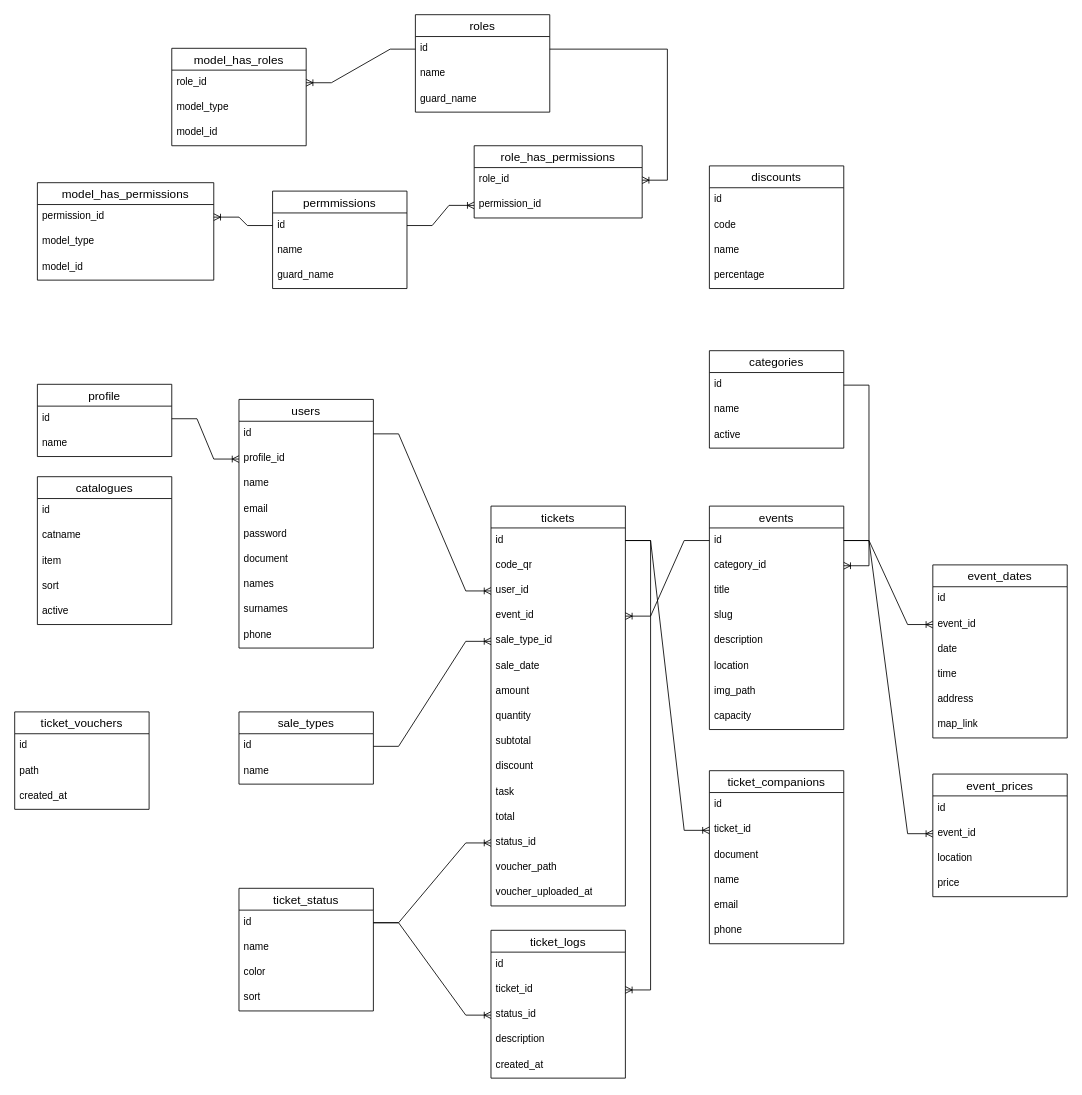
The draw.io diagram tickets.drawio in programwoft/test-repo, before the edit. Source tidied: cells renumbered, new cells numbered last; positions are measured from the earlier drawing's top-left corner, leaving out a move shared by most shapes. Both pictures are drawn from the tidied source at 84%, with x=0, y=0 at pixel (14, 14).
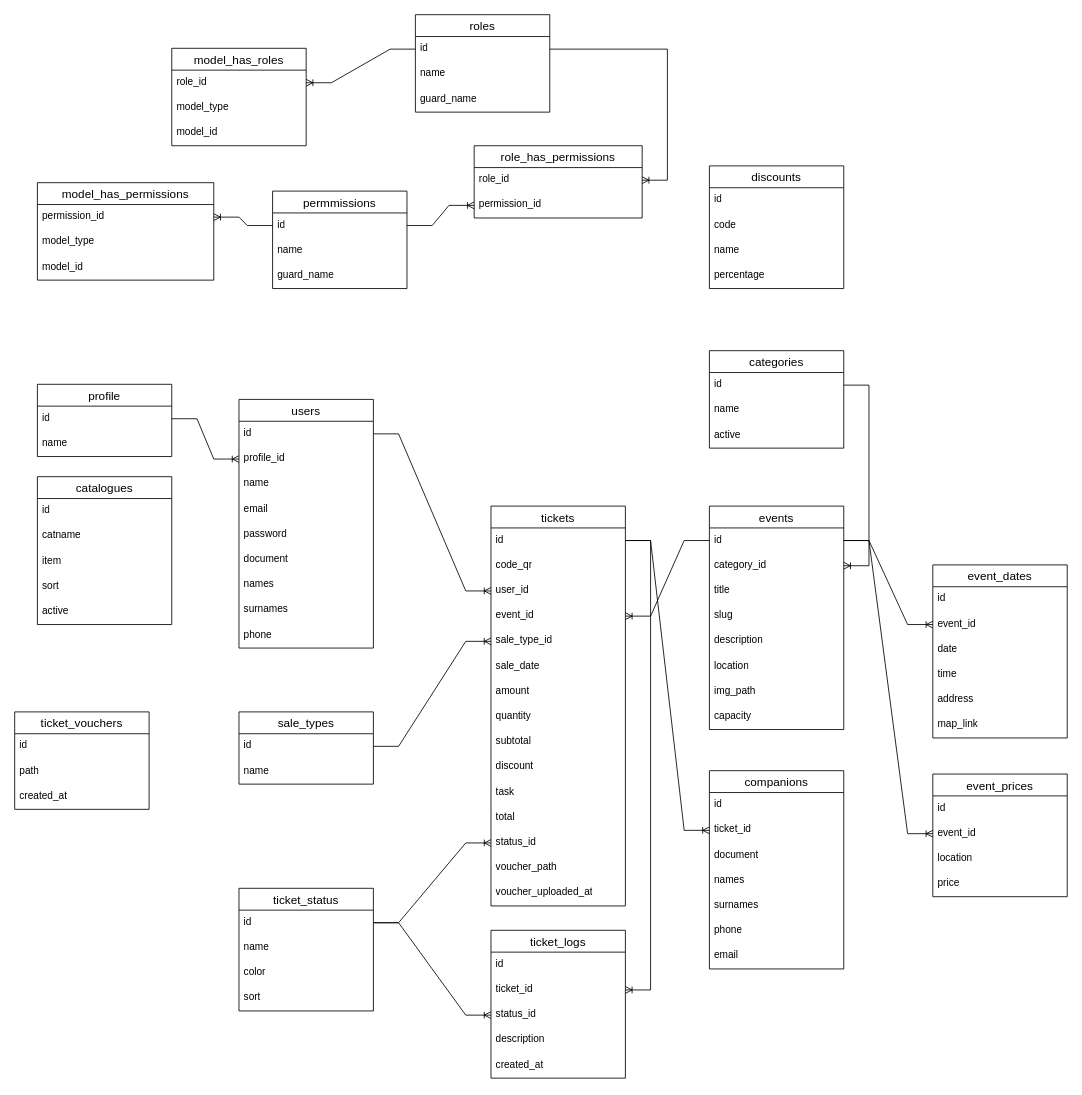
The same diagram, later.

Diff of the diagram source:
```diff
@@
-    <mxCell id="113" value="ticket_companions" style="swimlane;fontStyle=0;horizontal=1;startSize=26;align=center;fontSize=14;" parent="1" vertex="1">
-      <mxGeometry x="827" y="900" width="160" height="206" as="geometry" />
+    <mxCell id="113" value="companions" style="swimlane;fontStyle=0;horizontal=1;startSize=26;align=center;fontSize=14;" parent="1" vertex="1">
+      <mxGeometry x="827" y="900" width="160" height="236" as="geometry" />
     </mxCell>
@@
-    <mxCell id="117" value="name" style="text;strokeColor=none;fillColor=none;spacingLeft=4;spacingRight=4;overflow=hidden;fontSize=12;whiteSpace=wrap;html=1;" parent="113" vertex="1">
+    <mxCell id="117" value="names" style="text;strokeColor=none;fillColor=none;spacingLeft=4;spacingRight=4;overflow=hidden;fontSize=12;whiteSpace=wrap;html=1;" parent="113" vertex="1">
       <mxGeometry y="116" width="160" height="30" as="geometry" />
     </mxCell>
+    <mxCell id="126" value="surnames" style="text;strokeColor=none;fillColor=none;spacingLeft=4;spacingRight=4;overflow=hidden;fontSize=12;whiteSpace=wrap;html=1;" parent="113" vertex="1">
+      <mxGeometry y="146" width="160" height="30" as="geometry" />
+    </mxCell>
+    <mxCell id="119" value="phone" style="text;strokeColor=none;fillColor=none;spacingLeft=4;spacingRight=4;overflow=hidden;fontSize=12;whiteSpace=wrap;html=1;" parent="113" vertex="1">
+      <mxGeometry y="176" width="160" height="30" as="geometry" />
+    </mxCell>
     <mxCell id="118" value="email" style="text;strokeColor=none;fillColor=none;spacingLeft=4;spacingRight=4;overflow=hidden;fontSize=12;whiteSpace=wrap;html=1;" parent="113" vertex="1">
-      <mxGeometry y="146" width="160" height="30" as="geometry" />
+      <mxGeometry y="206" width="160" height="30" as="geometry" />
     </mxCell>
-    <mxCell id="119" value="phone" style="text;strokeColor=none;fillColor=none;spacingLeft=4;spacingRight=4;overflow=hidden;fontSize=12;whiteSpace=wrap;html=1;" parent="113" vertex="1">
-      <mxGeometry y="176" width="160" height="30" as="geometry" />
-    </mxCell>
```
